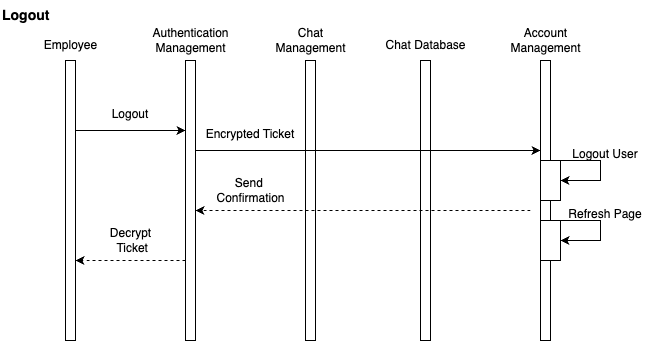
SumanyaG/3A04 keeps this draw.io diagram as D3/SequenceDiagrams/BE10.png. Above is the earlier version. Source tidied: cells renumbered, new cells last; positions are measured from the earlier drawing's top-left corner, leaving out a move shared by most shapes. Source of this version:
```xml
<mxGraphModel>
  <root>
    <mxCell id="0" />
    <mxCell id="1" parent="0" />
    <mxCell id="2" style="html=1;points=[[0,0,0,0,5],[0,1,0,0,-5],[1,0,0,0,5],[1,1,0,0,-5]];perimeter=orthogonalPerimeter;outlineConnect=0;targetShapes=umlLifeline;portConstraint=eastwest;newEdgeStyle={&quot;curved&quot;:0,&quot;rounded&quot;:0};" parent="1" vertex="1">
      <mxGeometry x="540" y="60" width="10" height="280" as="geometry" />
    </mxCell>
    <mxCell id="3" value="&lt;div&gt;Account&lt;/div&gt;&lt;div&gt;Management&lt;/div&gt;" style="text;html=1;align=center;verticalAlign=middle;strokeColor=none;fillColor=none;" parent="1" vertex="1">
      <mxGeometry x="500" y="20" width="90" height="40" as="geometry" />
    </mxCell>
    <mxCell id="4" style="html=1;perimeter=orthogonalPerimeter;targetShapes=umlLifeline;newEdgeStyle={&quot;curved&quot;:0,&quot;rounded&quot;:0};" parent="1" vertex="1">
      <mxGeometry x="65" y="60" width="10" height="280" as="geometry" />
    </mxCell>
    <mxCell id="5" value="Employee" style="text;html=1;align=center;verticalAlign=middle;strokeColor=none;fillColor=none;" parent="1" vertex="1">
      <mxGeometry x="30" y="30" width="80" height="30" as="geometry" />
    </mxCell>
    <mxCell id="6" style="html=1;perimeter=orthogonalPerimeter;targetShapes=umlLifeline;newEdgeStyle={&quot;curved&quot;:0,&quot;rounded&quot;:0};" parent="1" vertex="1">
      <mxGeometry x="185" y="60" width="10" height="280" as="geometry" />
    </mxCell>
    <mxCell id="7" value="Authentication&lt;div&gt;Management&lt;/div&gt;" style="text;html=1;align=center;verticalAlign=middle;strokeColor=none;fillColor=none;" parent="1" vertex="1">
      <mxGeometry x="140" y="20" width="100" height="40" as="geometry" />
    </mxCell>
    <mxCell id="8" style="html=1;perimeter=orthogonalPerimeter;targetShapes=umlLifeline;newEdgeStyle={&quot;curved&quot;:0,&quot;rounded&quot;:0};" parent="1" vertex="1">
      <mxGeometry x="305" y="60" width="10" height="280" as="geometry" />
    </mxCell>
    <mxCell id="9" value="&lt;div&gt;Chat&lt;/div&gt;&lt;div&gt;Management&lt;/div&gt;" style="text;html=1;align=center;verticalAlign=middle;strokeColor=none;fillColor=none;" parent="1" vertex="1">
      <mxGeometry x="265" y="20" width="90" height="40" as="geometry" />
    </mxCell>
    <mxCell id="10" style="endArrow=classic;html=1;rounded=0;" parent="1" edge="1">
      <mxGeometry relative="1" as="geometry">
        <mxPoint x="75" y="130" as="sourcePoint" />
        <mxPoint x="185" y="130" as="targetPoint" />
      </mxGeometry>
    </mxCell>
    <mxCell id="11" value="Logout" style="text;whiteSpace=wrap;html=1;align=center;" parent="1" vertex="1">
      <mxGeometry x="75" y="100" width="110" height="40" as="geometry" />
    </mxCell>
    <mxCell id="12" value="Chat Database" style="text;html=1;align=center;verticalAlign=middle;strokeColor=none;fillColor=none;" parent="1" vertex="1">
      <mxGeometry x="375" y="30" width="100" height="30" as="geometry" />
    </mxCell>
    <mxCell id="13" style="html=1;perimeter=orthogonalPerimeter;targetShapes=umlLifeline;newEdgeStyle={&quot;curved&quot;:0,&quot;rounded&quot;:0};" parent="1" vertex="1">
      <mxGeometry x="420" y="60" width="10" height="280" as="geometry" />
    </mxCell>
    <mxCell id="14" style="endArrow=classic;html=1;rounded=0;dashed=1;" parent="1" edge="1">
      <mxGeometry relative="1" as="geometry">
        <mxPoint x="530" y="210" as="sourcePoint" />
        <mxPoint x="195" y="210" as="targetPoint" />
      </mxGeometry>
    </mxCell>
    <mxCell id="15" value="Send&amp;nbsp;&lt;div&gt;Confirmation&lt;/div&gt;" style="text;html=1;align=center;verticalAlign=middle;strokeColor=none;fillColor=none;" parent="1" vertex="1">
      <mxGeometry x="205" y="170" width="90" height="40" as="geometry" />
    </mxCell>
    <mxCell id="16" style="endArrow=classic;html=1;rounded=0;" parent="1" edge="1" target="2">
      <mxGeometry relative="1" as="geometry">
        <mxPoint x="195" y="150" as="sourcePoint" />
      </mxGeometry>
    </mxCell>
    <mxCell id="17" value="Encrypted Ticket" style="text;whiteSpace=wrap;html=1;align=center;" parent="1" vertex="1">
      <mxGeometry x="195" y="120" width="110" height="40" as="geometry" />
    </mxCell>
    <mxCell id="18" value="Decrypt&lt;div&gt;&amp;nbsp;Ticket&lt;/div&gt;" style="text;html=1;align=center;verticalAlign=middle;strokeColor=none;fillColor=none;" parent="1" vertex="1">
      <mxGeometry x="100" y="220" width="60" height="40" as="geometry" />
    </mxCell>
    <mxCell id="19" style="endArrow=classic;html=1;rounded=0;dashed=1;" parent="1" edge="1">
      <mxGeometry relative="1" as="geometry">
        <mxPoint x="185" y="260" as="sourcePoint" />
        <mxPoint x="75" y="260" as="targetPoint" />
      </mxGeometry>
    </mxCell>
    <mxCell id="20" style="rounded=0;whiteSpace=wrap;html=1;" parent="1" vertex="1">
      <mxGeometry x="540" y="160" width="20" height="40" as="geometry" />
    </mxCell>
    <mxCell id="21" style="endArrow=classic;html=1;rounded=0;entryX=1;entryY=0.5;entryDx=0;entryDy=0;" parent="1" edge="1" target="20">
      <mxGeometry relative="1" as="geometry">
        <mxPoint x="550" y="160" as="sourcePoint" />
        <Array as="points">
          <mxPoint x="580" y="160" />
          <mxPoint x="600" y="160" />
          <mxPoint x="600" y="180" />
        </Array>
      </mxGeometry>
    </mxCell>
    <mxCell id="22" value="Logout User" style="text;whiteSpace=wrap;html=1;align=center;" parent="1" vertex="1">
      <mxGeometry x="550" y="140" width="110" height="40" as="geometry" />
    </mxCell>
    <mxCell id="23" style="rounded=0;whiteSpace=wrap;html=1;" parent="1" vertex="1">
      <mxGeometry x="540" y="220" width="20" height="40" as="geometry" />
    </mxCell>
    <mxCell id="24" style="endArrow=classic;html=1;rounded=0;entryX=1;entryY=0.5;entryDx=0;entryDy=0;" parent="1" edge="1" target="23">
      <mxGeometry relative="1" as="geometry">
        <mxPoint x="550" y="220" as="sourcePoint" />
        <Array as="points">
          <mxPoint x="580" y="220" />
          <mxPoint x="600" y="220" />
          <mxPoint x="600" y="240" />
        </Array>
      </mxGeometry>
    </mxCell>
    <mxCell id="25" value="Refresh Page" style="text;whiteSpace=wrap;html=1;align=center;" parent="1" vertex="1">
      <mxGeometry x="550" y="200" width="110" height="40" as="geometry" />
    </mxCell>
    <mxCell id="26" value="&lt;div style=&quot;text-align: center;&quot;&gt;&lt;span style=&quot;background-color: initial; font-size: 14px; text-wrap: nowrap;&quot;&gt;&lt;b&gt;Logout&lt;/b&gt;&lt;/span&gt;&lt;/div&gt;" style="text;whiteSpace=wrap;html=1;" parent="1" vertex="1">
      <mxGeometry width="200" height="40" as="geometry" />
    </mxCell>
  </root>
</mxGraphModel>
```
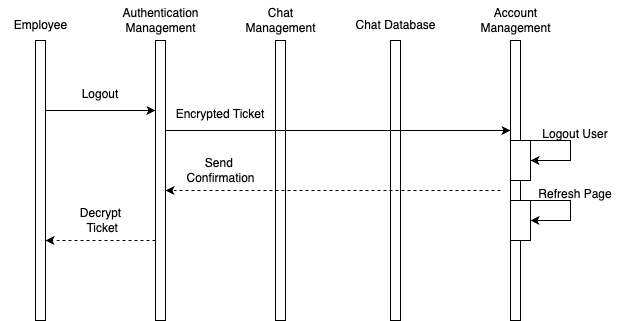
The same diagram one commit later.

What changed in the source:
```diff
@@ -99,8 +99,5 @@
     <mxCell id="25" value="Refresh Page" style="text;whiteSpace=wrap;html=1;align=center;" parent="1" vertex="1">
       <mxGeometry x="550" y="200" width="110" height="40" as="geometry" />
     </mxCell>
-    <mxCell id="26" value="&lt;div style=&quot;text-align: center;&quot;&gt;&lt;span style=&quot;background-color: initial; font-size: 14px; text-wrap: nowrap;&quot;&gt;&lt;b&gt;Logout&lt;/b&gt;&lt;/span&gt;&lt;/div&gt;" style="text;whiteSpace=wrap;html=1;" parent="1" vertex="1">
-      <mxGeometry width="200" height="40" as="geometry" />
-    </mxCell>
   </root>
 </mxGraphModel>
```
